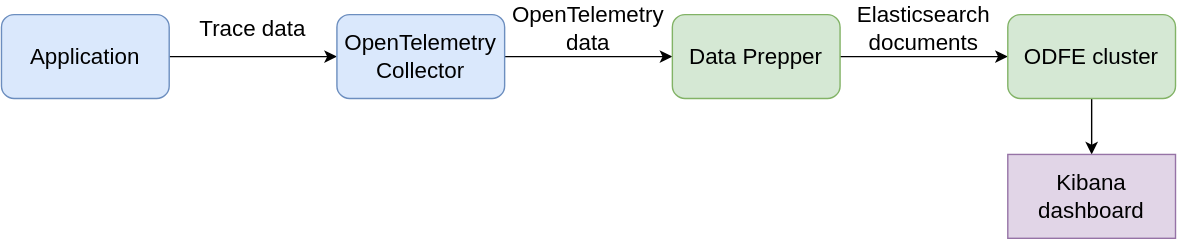
Before: docs/images/ta.svg, a diagram exported from draw.io (opendistro/for-elasticsearch-docs). Source tidied: cells renumbered, new cells last; positions are measured from the earlier drawing's top-left corner, leaving out a move shared by most shapes.
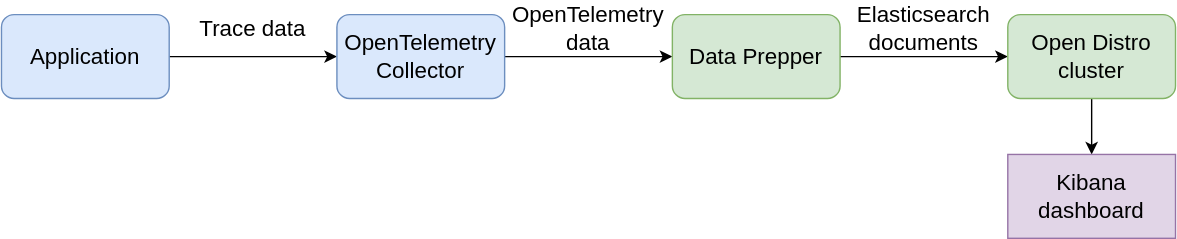
The same diagram one commit later.

Change to the diagram source:
```diff
@@ -23,7 +23,7 @@
     <mxCell id="8" style="edgeStyle=orthogonalEdgeStyle;rounded=0;jettySize=auto;html=1;fontSize=16;" parent="1" edge="1" source="9" target="13">
       <mxGeometry relative="1" as="geometry" />
     </mxCell>
-    <mxCell id="9" value="ODFE cluster" style="rounded=1;whiteSpace=wrap;html=1;fillColor=#d5e8d4;strokeColor=#82b366;fontSize=16;" parent="1" vertex="1">
+    <mxCell id="9" value="Open Distro cluster" style="rounded=1;whiteSpace=wrap;html=1;fillColor=#d5e8d4;strokeColor=#82b366;fontSize=16;" parent="1" vertex="1">
       <mxGeometry x="720" y="10" width="120" height="60" as="geometry" />
     </mxCell>
     <mxCell id="10" value="Trace data" style="text;html=1;strokeColor=none;fillColor=none;align=center;verticalAlign=middle;whiteSpace=wrap;rounded=0;fontSize=16;" parent="1" vertex="1">
```
